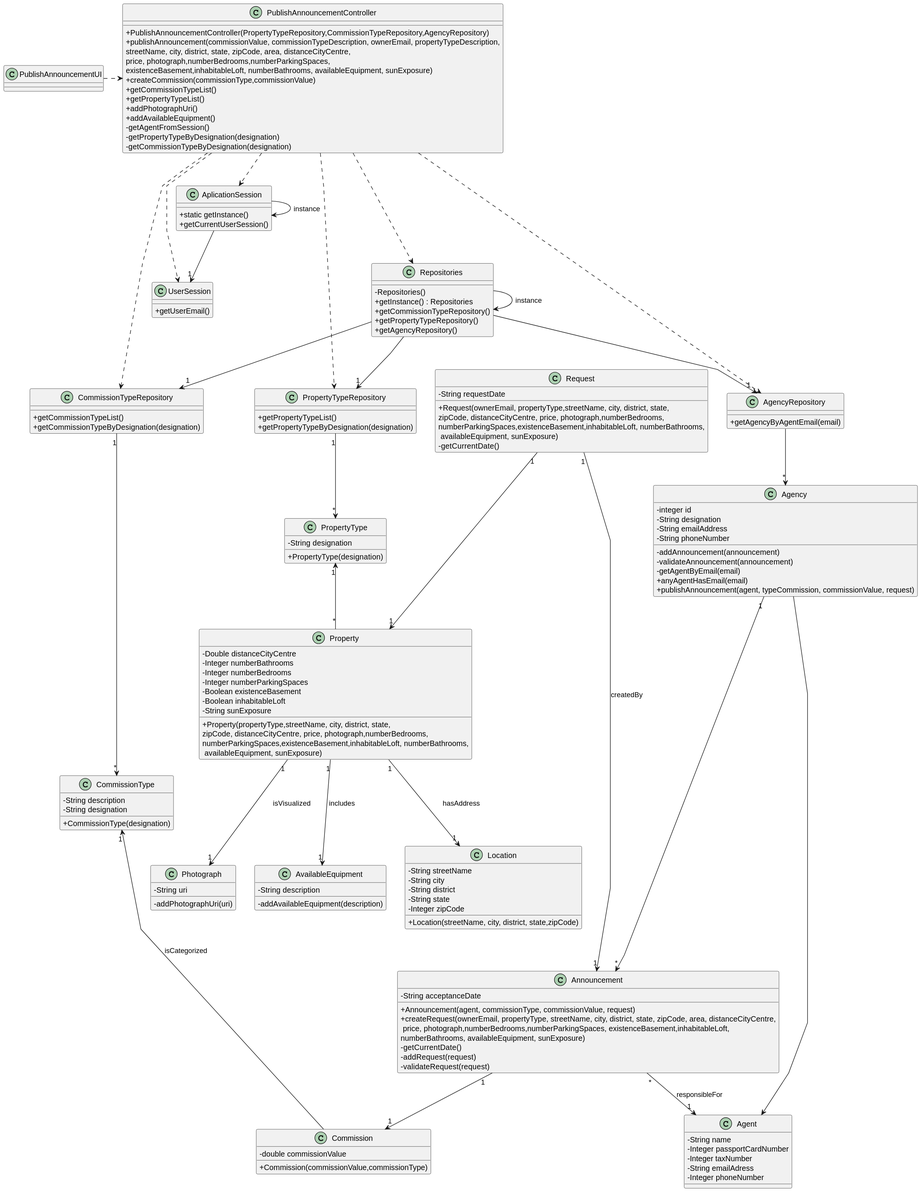
Earlier version of the PlantUML export docs/sprintB/us002/03.design/svg/us002-class-diagram.svg (rita-barbosa/LAPR2-2223).
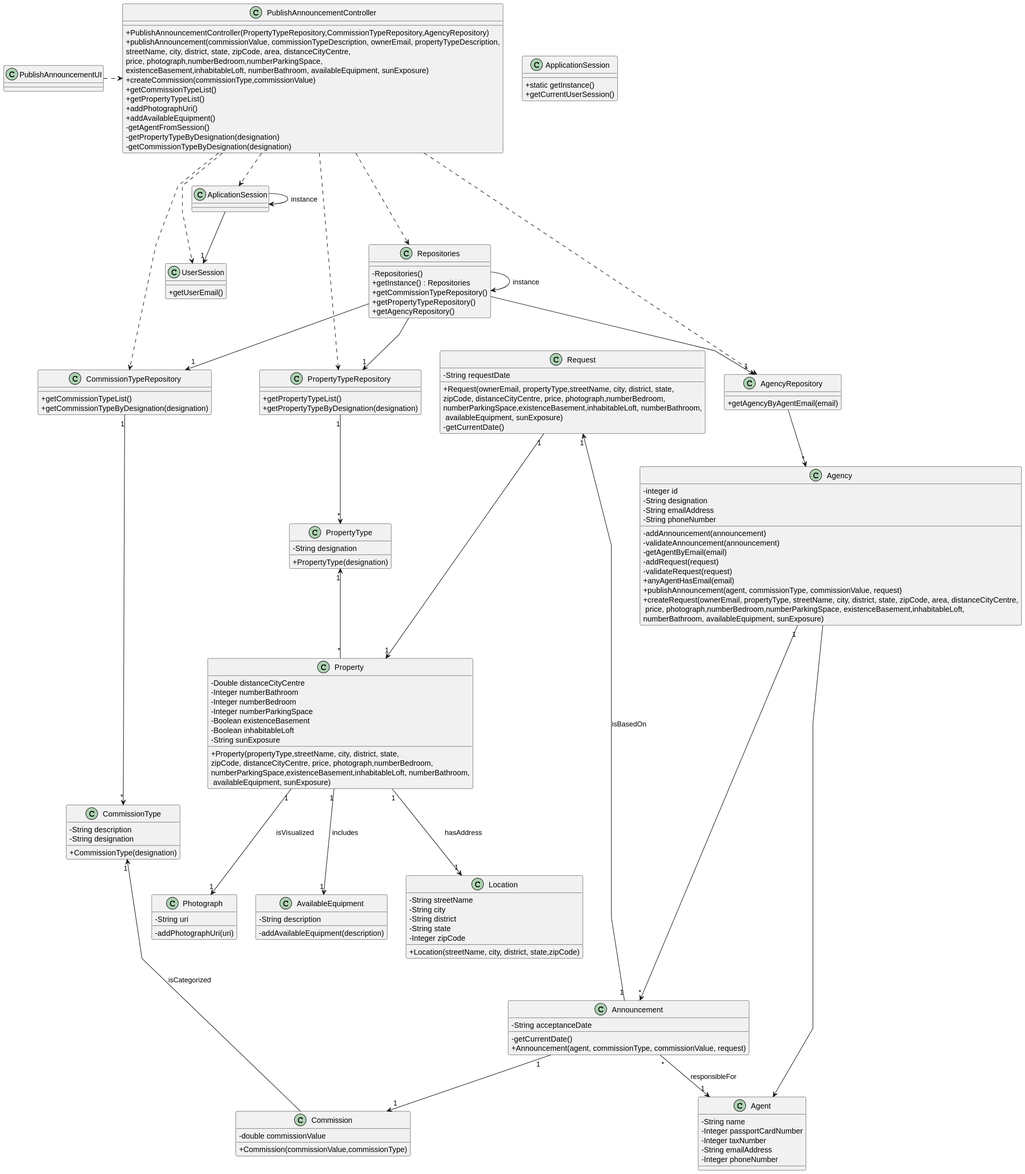
Above is the later version.

Diff of the diagram source:
```diff
@@ -6,40 +6,40 @@
 skinparam classAttributeIconSize 0
 
 
-class AplicationSession
+class ApplicationSession
 {
     + static getInstance()
     + getCurrentUserSession()
 }
 class Property
 {
-- Double distanceCityCentre
-- Integer numberBathrooms
-- Integer numberBedrooms
-- Integer numberParkingSpaces
-- Boolean existenceBasement
-- Boolean inhabitableLoft
-- String sunExposure
-+ Property(propertyType,streetName, city, district, state,\nzipCode, distanceCityCentre, price, photograph,numberBedrooms,\nnumberParkingSpaces,existenceBasement,inhabitableLoft, numberBathrooms,\n availableEquipment, sunExposure)
+    - Double distanceCityCentre
+    - Integer numberBathroom
+    - Integer numberBedroom
+    - Integer numberParkingSpace
+    - Boolean existenceBasement
+    - Boolean inhabitableLoft
+    - String sunExposure
+    + Property(propertyType,streetName, city, district, state,\nzipCode, distanceCityCentre, price, photograph,numberBedroom,\nnumberParkingSpace,existenceBasement,inhabitableLoft, numberBathroom,\n availableEquipment, sunExposure)
 }
 class Location
 {
-- String streetName
-- String city
-- String district
-- String state
-- Integer zipCode
-+ Location(streetName, city, district, state,zipCode)
+    - String streetName
+    - String city
+    - String district
+    - String state
+    - Integer zipCode
+    + Location(streetName, city, district, state,zipCode)
 }
 class Photograph
 {
-- String uri
-- addPhotographUri(uri)
+    - String uri
+    - addPhotographUri(uri)
 }
 class AvailableEquipment
 {
-- String description
-- addAvailableEquipment(description)
+    - String description
+    - addAvailableEquipment(description)
 }
 
 class UserSession
@@ -51,32 +51,28 @@
     - String name
     - Integer passportCardNumber
     - Integer taxNumber
-    - String emailAdress
+    - String emailAddress
     - Integer phoneNumber
 }
 
 class Announcement {
     - String acceptanceDate
-
+    - getCurrentDate()
     + Announcement(agent, commissionType, commissionValue, request)
-    + createRequest(ownerEmail, propertyType, streetName, city, district, state, zipCode, area, distanceCityCentre,\n price, photograph,numberBedrooms,numberParkingSpaces, existenceBasement,inhabitableLoft,\nnumberBathrooms, availableEquipment, sunExposure)
-    -getCurrentDate()
-    -addRequest(request)
-    -validateRequest(request)
 }
 class Commission {
-- double commissionValue
-+ Commission(commissionValue,commissionType)
+    - double commissionValue
+    + Commission(commissionValue,commissionType)
 }
 class CommissionType
 {
-- String description
+    - String description
 }
 class Request
 {
-- String requestDate
-+ Request(ownerEmail, propertyType,streetName, city, district, state,\nzipCode, distanceCityCentre, price, photograph,numberBedrooms,\nnumberParkingSpaces,existenceBasement,inhabitableLoft, numberBathrooms,\n availableEquipment, sunExposure)
-- getCurrentDate()
+    - String requestDate
+    + Request(ownerEmail, propertyType,streetName, city, district, state,\nzipCode, distanceCityCentre, price, photograph,numberBedroom,\nnumberParkingSpace,existenceBasement,inhabitableLoft, numberBathroom,\n availableEquipment, sunExposure)
+    - getCurrentDate()
 }
 class Agency {
     - integer id
@@ -87,8 +83,11 @@
     - addAnnouncement(announcement)
     - validateAnnouncement(announcement)
     - getAgentByEmail(email)
+    - addRequest(request)
+    - validateRequest(request)
     + anyAgentHasEmail(email)
-    + publishAnnouncement(agent, typeCommission, commissionValue, request)
+    + publishAnnouncement(agent, commissionType, commissionValue, request)
+    + createRequest(ownerEmail, propertyType, streetName, city, district, state, zipCode, area, distanceCityCentre,\n price, photograph,numberBedroom,numberParkingSpace, existenceBasement,inhabitableLoft,\nnumberBathroom, availableEquipment, sunExposure)
 }
 
 class CommissionTypeRepository {
@@ -114,7 +113,7 @@
 
 class PublishAnnouncementController {
     + PublishAnnouncementController(PropertyTypeRepository,CommissionTypeRepository,AgencyRepository)
-    + publishAnnouncement(commissionValue, commissionTypeDescription, ownerEmail, propertyTypeDescription,\nstreetName, city, district, state, zipCode, area, distanceCityCentre,\nprice, photograph,numberBedrooms,numberParkingSpaces,\nexistenceBasement,inhabitableLoft, numberBathrooms, availableEquipment, sunExposure)
+    + publishAnnouncement(commissionValue, commissionTypeDescription, ownerEmail, propertyTypeDescription,\nstreetName, city, district, state, zipCode, area, distanceCityCentre,\nprice, photograph,numberBedroom,numberParkingSpace,\nexistenceBasement,inhabitableLoft, numberBathroom, availableEquipment, sunExposure)
     + createCommission(commissionType,commissionValue)
     + getCommissionTypeList()
     + getPropertyTypeList()
@@ -126,46 +125,46 @@
 }
 class PropertyType
 {
-- String designation
-+ PropertyType(designation)
+    - String designation
+    + PropertyType(designation)
 }
 class CommissionType
 {
-- String designation
-+ CommissionType(designation)
+    - String designation
+    + CommissionType(designation)
 }
 class PublishAnnouncementUI {
 }
 
 
 
-PublishAnnouncementUI .> PublishAnnouncementController
-PublishAnnouncementController .-> UserSession
-PublishAnnouncementController .-> AplicationSession
-AplicationSession -> AplicationSession : instance
-AplicationSession --> "1" UserSession
-PublishAnnouncementController .--> Repositories
-PublishAnnouncementController .-> PropertyTypeRepository
-PublishAnnouncementController .-> CommissionTypeRepository
-PublishAnnouncementController .-> AgencyRepository
+    PublishAnnouncementUI .> PublishAnnouncementController
+    PublishAnnouncementController .-> UserSession
+    PublishAnnouncementController .-> AplicationSession
+    AplicationSession -> AplicationSession : instance
+    AplicationSession --> "1" UserSession
+    PublishAnnouncementController .--> Repositories
+    PublishAnnouncementController .-> PropertyTypeRepository
+    PublishAnnouncementController .-> CommissionTypeRepository
+    PublishAnnouncementController .-> AgencyRepository
 
-Repositories -> Repositories : instance
-Repositories --> "1" CommissionTypeRepository
-Repositories --> "1" PropertyTypeRepository
-Repositories --> "1" AgencyRepository
-AgencyRepository --> "*" Agency
-Agency "1" ----> "*" Announcement
+    Repositories -> Repositories : instance
+    Repositories --> "1" CommissionTypeRepository
+    Repositories --> "1" PropertyTypeRepository
+    Repositories --> "1" AgencyRepository
+    AgencyRepository --> "*" Agency
+    Agency "1" ----> "*" Announcement
 
-Announcement "*" --> "1" Agent : responsibleFor
-CommissionTypeRepository "1" ---> "*" CommissionType
-CommissionType "1" <-- Commission : isCategorized
-Announcement "1" --> "1" Commission
-Request "1" --> "1" Announcement : createdBy
-Request "1" ---> "1" Property
-Agency ----> Agent
-PropertyTypeRepository "1" --> "*" PropertyType
-PropertyType "1" <-- "*" Property
-Property "1" --> "1" Location : hasAddress
-Property "1" --> "1" Photograph : isVisualized
-Property "1" --> "1" AvailableEquipment : includes
+    Announcement "*" --> "1" Agent : responsibleFor
+    CommissionTypeRepository "1" ---> "*" CommissionType
+    CommissionType "1" <-- Commission : isCategorized
+    Announcement "1" --> "1" Commission
+    Request "1" <-- "1" Announcement : isBasedOn
+    Request "1" ---> "1" Property
+    Agency ----> Agent
+    PropertyTypeRepository "1" --> "*" PropertyType
+    PropertyType "1" <-- "*" Property
+    Property "1" --> "1" Location : hasAddress
+    Property "1" --> "1" Photograph : isVisualized
+    Property "1" --> "1" AvailableEquipment : includes
 @enduml
```
